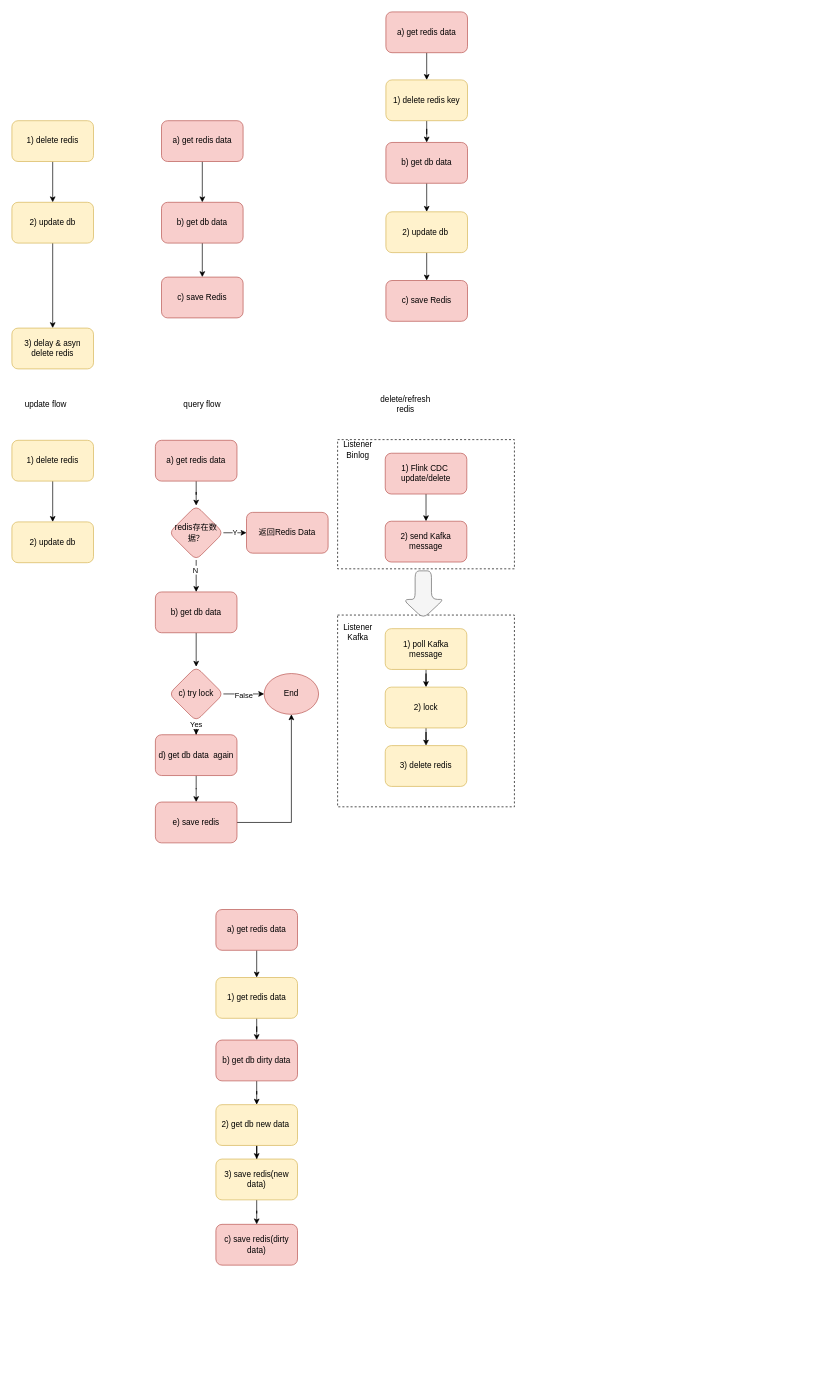
qiufang1314/drawio keeps this draw.io diagram as db&redis_consistency.drawio. Above is the earlier version. Source tidied: cells renumbered, new cells numbered last; positions are measured from the earlier drawing's top-left corner, leaving out a move shared by most shapes. Both pictures are drawn from the tidied source at 68%, with x=0, y=0 at pixel (12, 12).
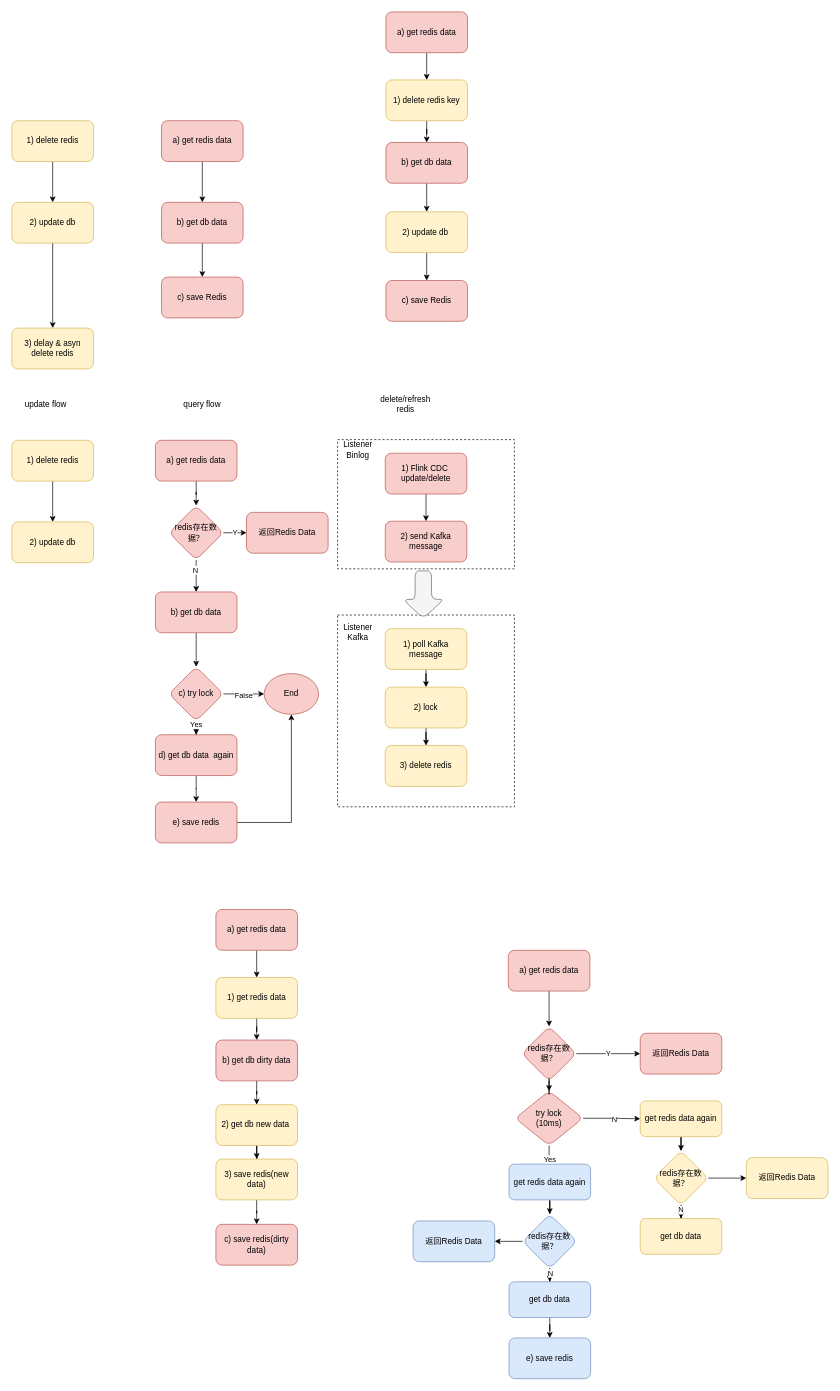
Above is the later version.

What changed in the source:
```diff
@@
+    <mxCell id="70" style="edgeStyle=orthogonalEdgeStyle;rounded=0;jettySize=auto;html=1;" parent="1" edge="1" source="71" target="82">
+      <mxGeometry relative="1" as="geometry" />
+    </mxCell>
+    <mxCell id="71" value="a) get redis data" style="rounded=1;whiteSpace=wrap;html=1;fillColor=#f8cecc;strokeColor=#b85450;" parent="1" vertex="1">
+      <mxGeometry x="730" y="1380" width="120" height="60" as="geometry" />
+    </mxCell>
+    <mxCell id="72" style="edgeStyle=orthogonalEdgeStyle;rounded=0;jettySize=auto;html=1;" parent="1" edge="1" source="76" target="78">
+      <mxGeometry relative="1" as="geometry" />
+    </mxCell>
+    <mxCell id="73" value="Yes" style="edgeLabel;html=1;align=center;verticalAlign=middle;" parent="72" vertex="1">
+      <mxGeometry x="0.47" y="-1" relative="1" as="geometry" />
+    </mxCell>
+    <mxCell id="74" style="edgeStyle=orthogonalEdgeStyle;rounded=0;jettySize=auto;html=1;" parent="1" edge="1" source="76" target="91">
+      <mxGeometry relative="1" as="geometry" />
+    </mxCell>
+    <mxCell id="75" value="N" style="edgeLabel;html=1;align=center;verticalAlign=middle;" parent="74" vertex="1">
+      <mxGeometry x="0.08" y="-1" relative="1" as="geometry" />
+    </mxCell>
+    <mxCell id="76" value="try lock&lt;br&gt;(10ms)" style="rhombus;whiteSpace=wrap;html=1;fillColor=#f8cecc;strokeColor=#b85450;rounded=1;" parent="1" vertex="1">
+      <mxGeometry x="740" y="1587" width="100" height="80" as="geometry" />
+    </mxCell>
+    <mxCell id="77" style="edgeStyle=orthogonalEdgeStyle;rounded=0;jettySize=auto;html=1;" parent="1" edge="1" source="78" target="87">
+      <mxGeometry relative="1" as="geometry" />
+    </mxCell>
+    <mxCell id="78" value="get redis data again" style="whiteSpace=wrap;html=1;fillColor=#dae8fc;strokeColor=#6c8ebf;rounded=1;" parent="1" vertex="1">
+      <mxGeometry x="731" y="1694.5" width="120" height="52.5" as="geometry" />
+    </mxCell>
+    <mxCell id="79" value="e) save redis" style="whiteSpace=wrap;html=1;fillColor=#dae8fc;strokeColor=#6c8ebf;rounded=1;" parent="1" vertex="1">
+      <mxGeometry x="731" y="1950" width="120" height="60" as="geometry" />
+    </mxCell>
+    <mxCell id="80" value="Y" style="edgeStyle=orthogonalEdgeStyle;rounded=0;jettySize=auto;html=1;" parent="1" edge="1" source="82" target="83">
+      <mxGeometry relative="1" as="geometry" />
+    </mxCell>
+    <mxCell id="81" style="edgeStyle=orthogonalEdgeStyle;rounded=0;jettySize=auto;html=1;" parent="1" edge="1" source="82" target="76">
+      <mxGeometry relative="1" as="geometry" />
+    </mxCell>
+    <mxCell id="82" value="redis存在数据？" style="rhombus;whiteSpace=wrap;html=1;fillColor=#f8cecc;strokeColor=#b85450;rounded=1;" parent="1" vertex="1">
+      <mxGeometry x="750" y="1492" width="80" height="80" as="geometry" />
+    </mxCell>
+    <mxCell id="83" value="返回Redis Data" style="whiteSpace=wrap;html=1;fillColor=#f8cecc;strokeColor=#b85450;rounded=1;" parent="1" vertex="1">
+      <mxGeometry x="924" y="1502" width="120" height="60" as="geometry" />
+    </mxCell>
+    <mxCell id="84" style="edgeStyle=orthogonalEdgeStyle;rounded=0;jettySize=auto;html=1;" parent="1" edge="1" source="87" target="89">
+      <mxGeometry relative="1" as="geometry" />
+    </mxCell>
+    <mxCell id="85" value="N" style="edgeLabel;html=1;align=center;verticalAlign=middle;" parent="84" vertex="1">
+      <mxGeometry x="0.55" relative="1" as="geometry" />
+    </mxCell>
+    <mxCell id="86" style="edgeStyle=orthogonalEdgeStyle;rounded=0;jettySize=auto;html=1;" parent="1" edge="1" source="87" target="98">
+      <mxGeometry relative="1" as="geometry" />
+    </mxCell>
+    <mxCell id="87" value="redis存在数据？" style="rhombus;whiteSpace=wrap;html=1;fillColor=#dae8fc;strokeColor=#6c8ebf;rounded=1;" parent="1" vertex="1">
+      <mxGeometry x="751" y="1768" width="80" height="80" as="geometry" />
+    </mxCell>
+    <mxCell id="88" style="edgeStyle=orthogonalEdgeStyle;rounded=0;jettySize=auto;html=1;" parent="1" edge="1" source="89" target="79">
+      <mxGeometry relative="1" as="geometry" />
+    </mxCell>
+    <mxCell id="89" value="get db data" style="whiteSpace=wrap;html=1;fillColor=#dae8fc;strokeColor=#6c8ebf;rounded=1;" parent="1" vertex="1">
+      <mxGeometry x="731" y="1867.5" width="120" height="52.5" as="geometry" />
+    </mxCell>
+    <mxCell id="90" style="edgeStyle=orthogonalEdgeStyle;rounded=0;jettySize=auto;html=1;" parent="1" edge="1" source="91" target="95">
+      <mxGeometry relative="1" as="geometry" />
+    </mxCell>
+    <mxCell id="91" value="get redis data again" style="whiteSpace=wrap;html=1;fillColor=#fff2cc;strokeColor=#d6b656;rounded=1;" parent="1" vertex="1">
+      <mxGeometry x="924" y="1601.5" width="120" height="52.5" as="geometry" />
+    </mxCell>
+    <mxCell id="92" style="edgeStyle=orthogonalEdgeStyle;rounded=0;jettySize=auto;html=1;" parent="1" edge="1" source="95" target="96">
+      <mxGeometry relative="1" as="geometry" />
+    </mxCell>
+    <mxCell id="93" value="N" style="edgeLabel;html=1;align=center;verticalAlign=middle;" parent="92" vertex="1">
+      <mxGeometry x="0.55" y="-1" relative="1" as="geometry" />
+    </mxCell>
+    <mxCell id="94" style="edgeStyle=orthogonalEdgeStyle;rounded=0;jettySize=auto;html=1;" parent="1" edge="1" source="95" target="97">
+      <mxGeometry relative="1" as="geometry" />
+    </mxCell>
+    <mxCell id="95" value="redis存在数据？" style="rhombus;whiteSpace=wrap;html=1;fillColor=#fff2cc;strokeColor=#d6b656;rounded=1;" parent="1" vertex="1">
+      <mxGeometry x="944" y="1675" width="80" height="80" as="geometry" />
+    </mxCell>
+    <mxCell id="96" value="get db data" style="whiteSpace=wrap;html=1;fillColor=#fff2cc;strokeColor=#d6b656;rounded=1;" parent="1" vertex="1">
+      <mxGeometry x="924" y="1774.5" width="120" height="52.5" as="geometry" />
+    </mxCell>
+    <mxCell id="97" value="返回Redis Data" style="whiteSpace=wrap;html=1;fillColor=#fff2cc;strokeColor=#d6b656;rounded=1;" parent="1" vertex="1">
+      <mxGeometry x="1080" y="1685" width="120" height="60" as="geometry" />
+    </mxCell>
+    <mxCell id="98" value="返回Redis Data" style="whiteSpace=wrap;html=1;fillColor=#dae8fc;strokeColor=#6c8ebf;rounded=1;" parent="1" vertex="1">
+      <mxGeometry x="590" y="1778" width="120" height="60" as="geometry" />
+    </mxCell>
```
